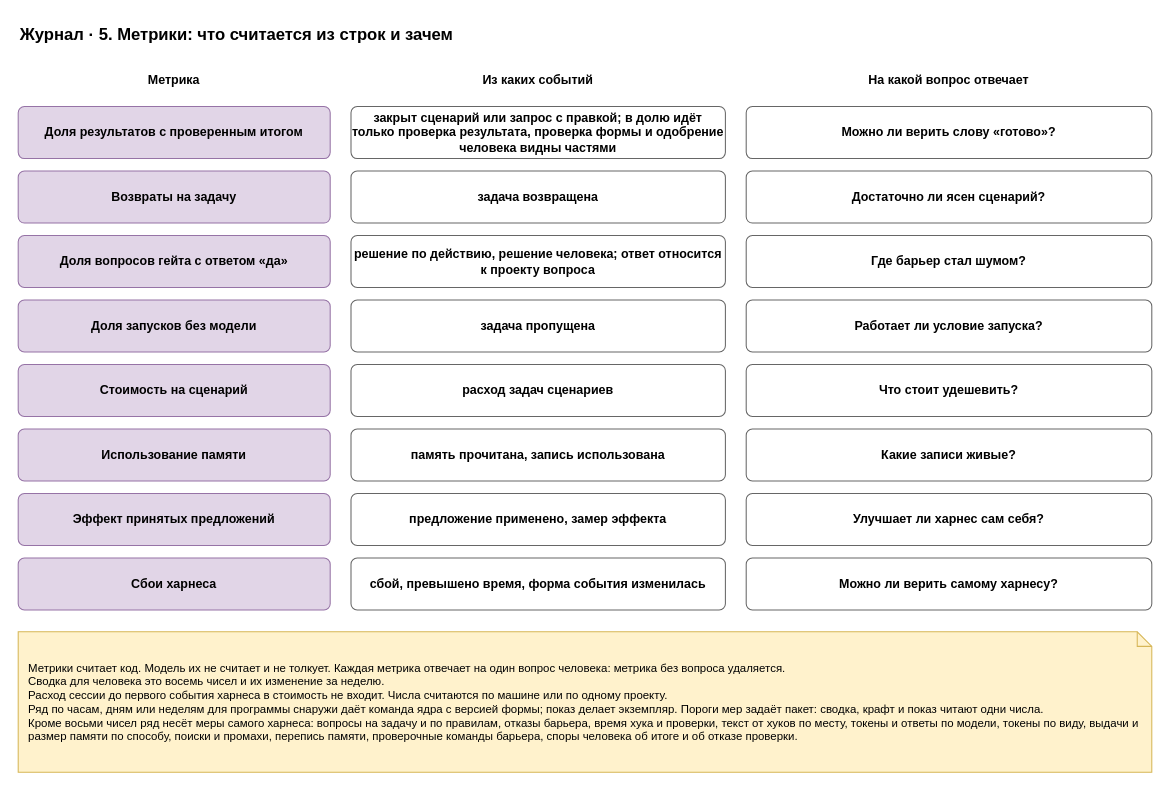
The draw.io diagram page "5. Метрики" (5 of 6) of docs/spec/harness-journal.drawio in roygkov/reins, before the edit. Source tidied: cells renumbered, new cells numbered last; positions are measured from the earlier drawing's top-left corner, leaving out a move shared by most shapes. Both pictures are drawn from the tidied source at 104%, with x=0, y=0 at pixel (18, 18).
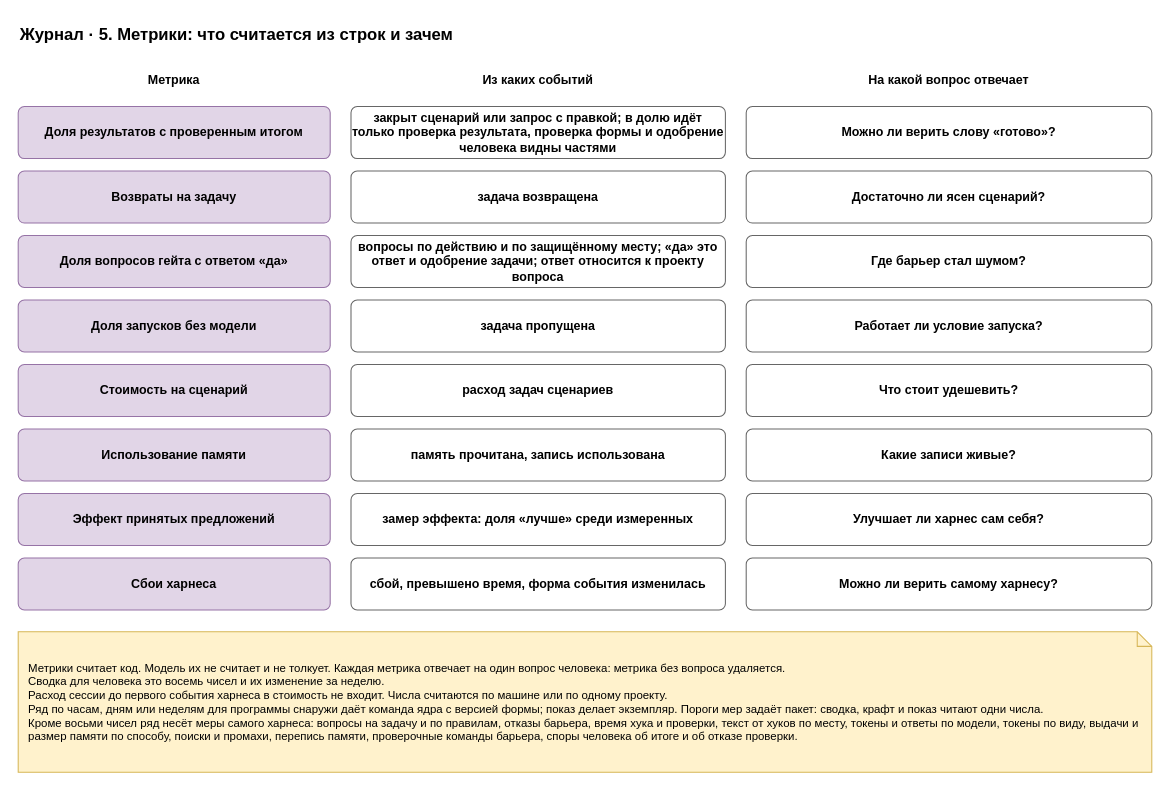
Above is the later version.

Diff of the diagram source:
```diff
@@
-    <mxCell id="13" value="&lt;b&gt;решение по действию, решение человека; ответ относится к проекту вопроса&lt;/b&gt;" style="rounded=1;whiteSpace=wrap;html=1;fillColor=#ffffff;strokeColor=#666666;arcSize=12;fontStyle=0;" parent="1" vertex="1">
+    <mxCell id="13" value="&lt;b&gt;вопросы по действию и по защищённому месту; «да» это ответ и одобрение задачи; ответ относится к проекту вопроса&lt;/b&gt;" style="rounded=1;whiteSpace=wrap;html=1;fillColor=#ffffff;strokeColor=#666666;arcSize=12;fontStyle=0;" parent="1" vertex="1">
       <mxGeometry x="320" y="209" width="360" height="50" as="geometry" />
     </mxCell>
@@
-    <mxCell id="25" value="&lt;b&gt;предложение применено, замер эффекта&lt;/b&gt;" style="rounded=1;whiteSpace=wrap;html=1;fillColor=#ffffff;strokeColor=#666666;arcSize=12;fontStyle=0;" parent="1" vertex="1">
+    <mxCell id="25" value="&lt;b&gt;замер эффекта: доля «лучше» среди измеренных&lt;/b&gt;" style="rounded=1;whiteSpace=wrap;html=1;fillColor=#ffffff;strokeColor=#666666;arcSize=12;fontStyle=0;" parent="1" vertex="1">
       <mxGeometry x="320" y="457" width="360" height="50" as="geometry" />
     </mxCell>
```
